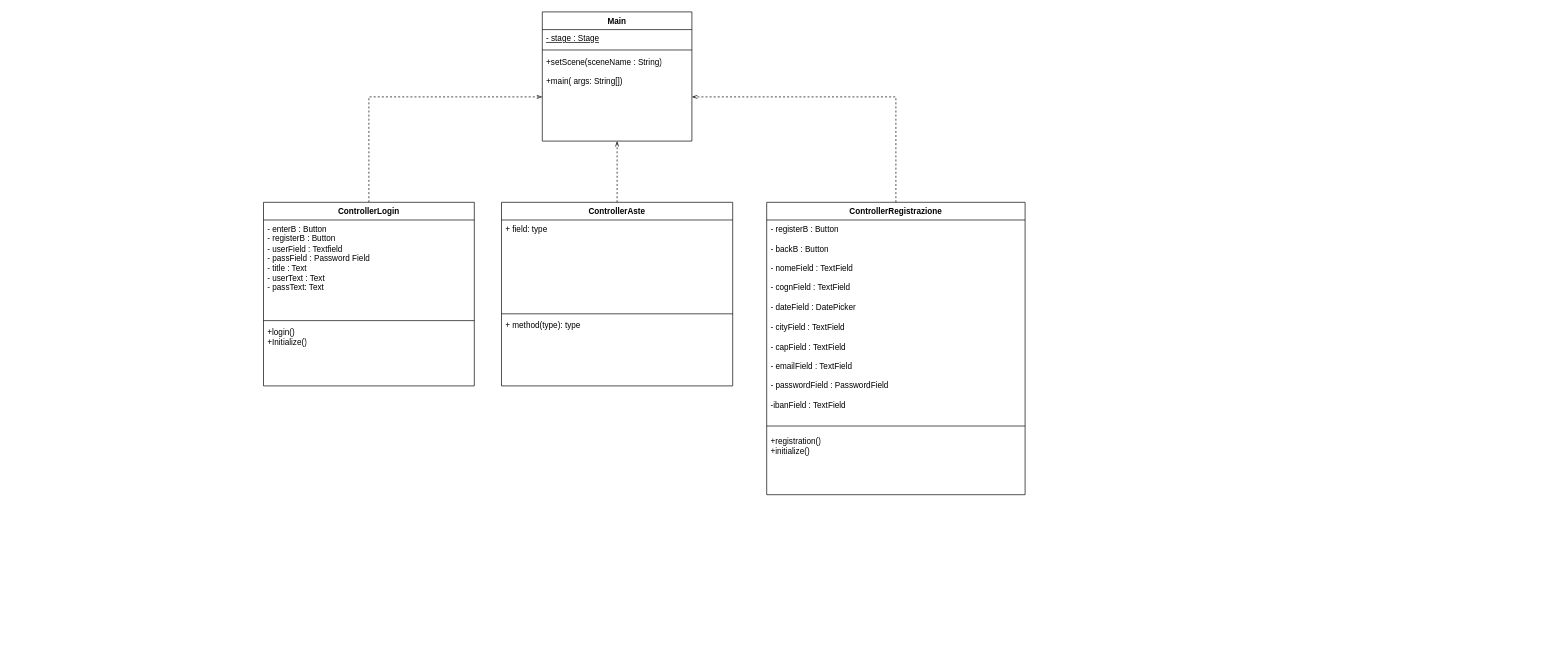
The draw.io diagram documenti/DC- Client.drawio in Chaos-Rat/GAO, before the edit. Source tidied: cells renumbered, new cells numbered last; positions are measured from the earlier drawing's top-left corner, leaving out a move shared by most shapes. Both pictures are drawn from the tidied source at 68%, with x=0, y=0 at pixel (263, 12).
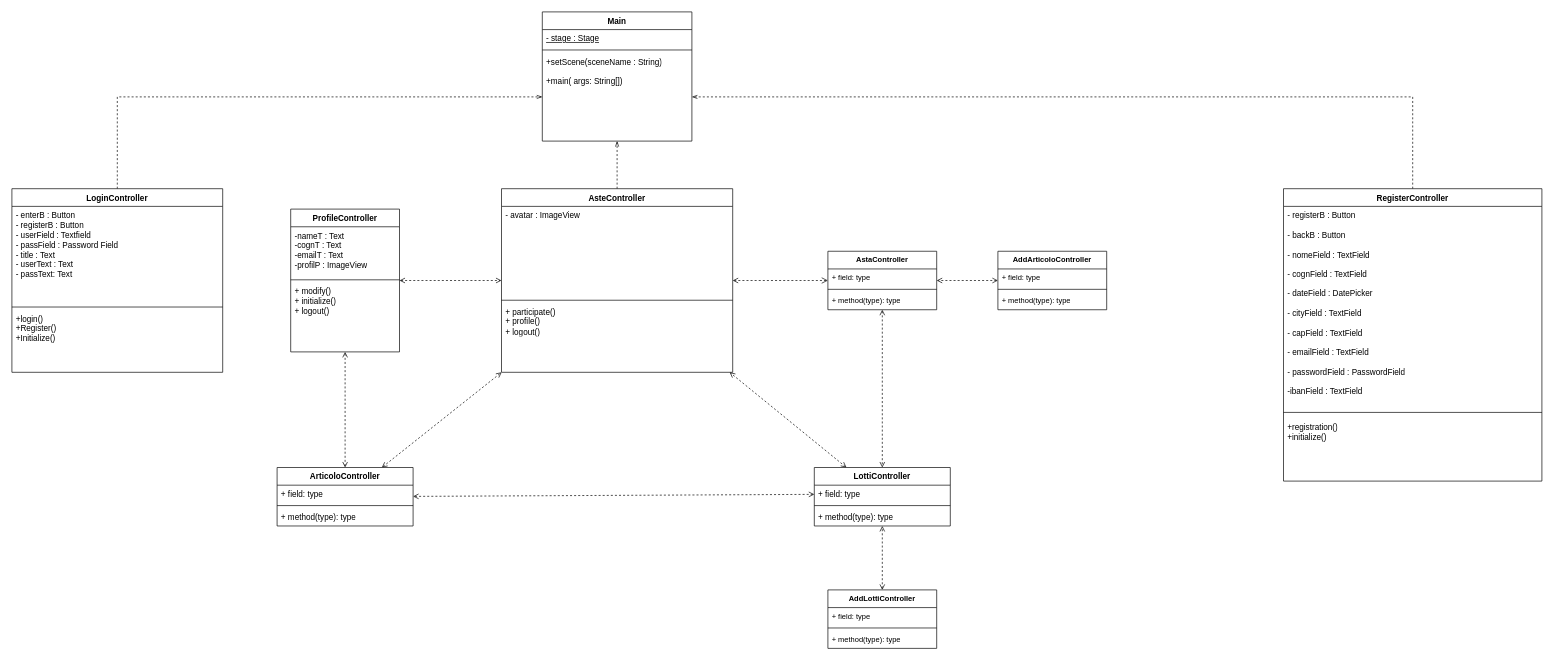
Above is the later version.

Change to the diagram source:
```diff
@@
-    <mxCell id="7" value="ControllerAste" style="swimlane;fontStyle=1;align=center;verticalAlign=top;horizontal=1;startSize=26;whiteSpace=wrap;html=1;" parent="1" vertex="1">
-      <mxGeometry x="350" y="280" width="340" height="270" as="geometry" />
+    <mxCell id="7" value="AsteController" style="swimlane;fontStyle=1;align=center;verticalAlign=top;horizontal=1;startSize=26;whiteSpace=wrap;html=1;" parent="1" vertex="1">
+      <mxGeometry x="350" y="260" width="340" height="270" as="geometry" />
     </mxCell>
-    <mxCell id="8" value="+ field: type" style="text;strokeColor=none;fillColor=none;align=left;verticalAlign=top;spacingLeft=4;spacingRight=4;overflow=hidden;whiteSpace=wrap;html=1;" parent="7" vertex="1">
+    <mxCell id="8" value="- avatar : ImageView&lt;div&gt;&lt;br&gt;&lt;/div&gt;" style="text;strokeColor=none;fillColor=none;align=left;verticalAlign=top;spacingLeft=4;spacingRight=4;overflow=hidden;whiteSpace=wrap;html=1;" parent="7" vertex="1">
       <mxGeometry y="26" width="340" height="134" as="geometry" />
     </mxCell>
@@
-    <mxCell id="10" value="+ method(type): type" style="text;strokeColor=none;fillColor=none;align=left;verticalAlign=top;spacingLeft=4;spacingRight=4;overflow=hidden;whiteSpace=wrap;html=1;" parent="7" vertex="1">
+    <mxCell id="10" value="+ participate()&lt;div&gt;+ profile()&lt;/div&gt;&lt;div&gt;+ logout()&lt;/div&gt;" style="text;strokeColor=none;fillColor=none;align=left;verticalAlign=top;spacingLeft=4;spacingRight=4;overflow=hidden;whiteSpace=wrap;html=1;" parent="7" vertex="1">
       <mxGeometry y="168" width="340" height="102" as="geometry" />
     </mxCell>
@@
-    <mxCell id="12" value="ControllerLogin" style="swimlane;fontStyle=1;align=center;verticalAlign=top;horizontal=1;startSize=26;whiteSpace=wrap;html=1;" parent="1" vertex="1">
-      <mxGeometry y="280" width="310" height="270" as="geometry" />
+    <mxCell id="12" value="LoginController" style="swimlane;fontStyle=1;align=center;verticalAlign=top;horizontal=1;startSize=26;whiteSpace=wrap;html=1;" parent="1" vertex="1">
+      <mxGeometry x="-370" y="260" width="310" height="270" as="geometry" />
     </mxCell>
@@
-    <mxCell id="15" value="+login()&lt;br&gt;+Initialize()" style="text;strokeColor=none;fillColor=none;align=left;verticalAlign=top;spacingLeft=4;spacingRight=4;overflow=hidden;whiteSpace=wrap;html=1;" parent="12" vertex="1">
+    <mxCell id="15" value="+login()&lt;div&gt;+Register()&lt;br&gt;+Initialize()&lt;/div&gt;" style="text;strokeColor=none;fillColor=none;align=left;verticalAlign=top;spacingLeft=4;spacingRight=4;overflow=hidden;whiteSpace=wrap;html=1;" parent="12" vertex="1">
       <mxGeometry y="178" width="310" height="92" as="geometry" />
     </mxCell>
@@
-    <mxCell id="17" value="ControllerRegistrazione" style="swimlane;fontStyle=1;align=center;verticalAlign=top;horizontal=1;startSize=26;whiteSpace=wrap;html=1;" parent="1" vertex="1">
-      <mxGeometry x="740" y="280" width="380" height="430" as="geometry" />
+    <mxCell id="17" value="RegisterController" style="swimlane;fontStyle=1;align=center;verticalAlign=top;horizontal=1;startSize=26;whiteSpace=wrap;html=1;" parent="1" vertex="1">
+      <mxGeometry x="1500" y="260" width="380" height="430" as="geometry" />
     </mxCell>
@@
+    <mxCell id="21" style="edgeStyle=none;rounded=0;jettySize=auto;html=1;dashed=1;strokeColor=default;align=center;verticalAlign=middle;fontFamily=Helvetica;fontSize=11;fontColor=default;labelBackgroundColor=default;endArrow=open;startArrow=open;startFill=0;endFill=0;" parent="1" edge="1" source="22" target="7">
+      <mxGeometry relative="1" as="geometry" />
+    </mxCell>
+    <mxCell id="22" value="ProfileController" style="swimlane;fontStyle=1;align=center;verticalAlign=top;horizontal=1;startSize=26;whiteSpace=wrap;html=1;" parent="1" vertex="1">
+      <mxGeometry x="40" y="290" width="160" height="210" as="geometry" />
+    </mxCell>
+    <mxCell id="23" value="-nameT : Text&lt;div&gt;-cognT : Text&lt;/div&gt;&lt;div&gt;-emailT : Text&lt;/div&gt;&lt;div&gt;-profilP : ImageView&lt;/div&gt;" style="text;strokeColor=none;fillColor=none;align=left;verticalAlign=top;spacingLeft=4;spacingRight=4;overflow=hidden;whiteSpace=wrap;html=1;" parent="22" vertex="1">
+      <mxGeometry y="26" width="160" height="74" as="geometry" />
+    </mxCell>
+    <mxCell id="24" style="line;strokeWidth=1;fillColor=none;align=left;verticalAlign=middle;spacingTop=-1;spacingLeft=3;spacingRight=3;labelPosition=right;strokeColor=inherit;" parent="22" vertex="1">
+      <mxGeometry y="100" width="160" height="8" as="geometry" />
+    </mxCell>
+    <mxCell id="25" value="&lt;div&gt;+ modify()&lt;/div&gt;+ initialize()&lt;div&gt;+ logout()&lt;/div&gt;" style="text;strokeColor=none;fillColor=none;align=left;verticalAlign=top;spacingLeft=4;spacingRight=4;overflow=hidden;whiteSpace=wrap;html=1;" parent="22" vertex="1">
+      <mxGeometry y="108" width="160" height="102" as="geometry" />
+    </mxCell>
+    <mxCell id="26" style="edgeStyle=none;rounded=0;jettySize=auto;html=1;dashed=1;strokeColor=default;align=center;verticalAlign=middle;fontFamily=Helvetica;fontSize=11;fontColor=default;labelBackgroundColor=default;endArrow=open;endFill=0;startArrow=open;startFill=0;" parent="1" edge="1" source="27" target="7">
+      <mxGeometry relative="1" as="geometry" />
+    </mxCell>
+    <mxCell id="27" value="LottiController" style="swimlane;fontStyle=1;align=center;verticalAlign=top;horizontal=1;startSize=26;whiteSpace=wrap;html=1;" parent="1" vertex="1">
+      <mxGeometry x="810" y="670" width="200" height="86" as="geometry" />
+    </mxCell>
+    <mxCell id="28" value="+ field: type" style="text;strokeColor=none;fillColor=none;align=left;verticalAlign=top;spacingLeft=4;spacingRight=4;overflow=hidden;points=[[0,0.5],[1,0.5]];portConstraint=eastwest;whiteSpace=wrap;html=1;" parent="27" vertex="1">
+      <mxGeometry y="26" width="200" height="26" as="geometry" />
+    </mxCell>
+    <mxCell id="29" style="line;strokeWidth=1;fillColor=none;align=left;verticalAlign=middle;spacingTop=-1;spacingLeft=3;spacingRight=3;labelPosition=right;strokeColor=inherit;" parent="27" vertex="1">
+      <mxGeometry y="52" width="200" height="8" as="geometry" />
+    </mxCell>
+    <mxCell id="30" value="+ method(type): type" style="text;strokeColor=none;fillColor=none;align=left;verticalAlign=top;spacingLeft=4;spacingRight=4;overflow=hidden;whiteSpace=wrap;html=1;" parent="27" vertex="1">
+      <mxGeometry y="60" width="200" height="26" as="geometry" />
+    </mxCell>
+    <mxCell id="31" style="edgeStyle=none;rounded=0;jettySize=auto;html=1;dashed=1;strokeColor=default;align=center;verticalAlign=middle;fontFamily=Helvetica;fontSize=11;fontColor=default;labelBackgroundColor=default;endArrow=open;endFill=0;startArrow=open;startFill=0;" parent="1" edge="1" source="32" target="7">
+      <mxGeometry relative="1" as="geometry" />
+    </mxCell>
+    <mxCell id="32" value="ArticoloController" style="swimlane;fontStyle=1;align=center;verticalAlign=top;horizontal=1;startSize=26;whiteSpace=wrap;html=1;" parent="1" vertex="1">
+      <mxGeometry x="20" y="670" width="200" height="86" as="geometry" />
+    </mxCell>
+    <mxCell id="33" value="+ field: type" style="text;strokeColor=none;fillColor=none;align=left;verticalAlign=top;spacingLeft=4;spacingRight=4;overflow=hidden;whiteSpace=wrap;html=1;" parent="32" vertex="1">
+      <mxGeometry y="26" width="200" height="26" as="geometry" />
+    </mxCell>
+    <mxCell id="34" style="line;strokeWidth=1;fillColor=none;align=left;verticalAlign=middle;spacingTop=-1;spacingLeft=3;spacingRight=3;labelPosition=right;strokeColor=inherit;" parent="32" vertex="1">
+      <mxGeometry y="52" width="200" height="8" as="geometry" />
+    </mxCell>
+    <mxCell id="35" value="+ method(type): type" style="text;strokeColor=none;fillColor=none;align=left;verticalAlign=top;spacingLeft=4;spacingRight=4;overflow=hidden;whiteSpace=wrap;html=1;" parent="32" vertex="1">
+      <mxGeometry y="60" width="200" height="26" as="geometry" />
+    </mxCell>
+    <mxCell id="36" style="edgeStyle=none;rounded=0;jettySize=auto;html=1;dashed=1;strokeColor=default;align=center;verticalAlign=middle;fontFamily=Helvetica;fontSize=11;fontColor=default;labelBackgroundColor=default;endArrow=open;endFill=0;startArrow=open;startFill=0;" parent="1" edge="1" source="28" target="32">
+      <mxGeometry relative="1" as="geometry" />
+    </mxCell>
+    <mxCell id="37" style="edgeStyle=none;rounded=0;jettySize=auto;html=1;dashed=1;strokeColor=default;align=center;verticalAlign=middle;fontFamily=Helvetica;fontSize=11;fontColor=default;labelBackgroundColor=default;endArrow=open;endFill=0;startArrow=open;startFill=0;" parent="1" edge="1" source="32" target="22">
+      <mxGeometry relative="1" as="geometry" />
+    </mxCell>
+    <mxCell id="38" style="edgeStyle=none;rounded=0;jettySize=auto;html=1;dashed=1;strokeColor=default;align=center;verticalAlign=middle;fontFamily=Helvetica;fontSize=11;fontColor=default;labelBackgroundColor=default;endArrow=open;startArrow=open;startFill=0;endFill=0;" parent="1" edge="1" source="39" target="27">
+      <mxGeometry relative="1" as="geometry" />
+    </mxCell>
+    <mxCell id="39" value="AstaController" style="swimlane;fontStyle=1;align=center;verticalAlign=top;horizontal=1;startSize=26;whiteSpace=wrap;html=1;fontFamily=Helvetica;fontSize=11;fontColor=default;labelBackgroundColor=default;" parent="1" vertex="1">
+      <mxGeometry x="830" y="352" width="160" height="86" as="geometry" />
+    </mxCell>
+    <mxCell id="40" value="+ field: type" style="text;strokeColor=none;fillColor=none;align=left;verticalAlign=top;spacingLeft=4;spacingRight=4;overflow=hidden;whiteSpace=wrap;html=1;fontFamily=Helvetica;fontSize=11;fontColor=default;labelBackgroundColor=default;" parent="39" vertex="1">
+      <mxGeometry y="26" width="160" height="26" as="geometry" />
+    </mxCell>
+    <mxCell id="41" style="line;strokeWidth=1;fillColor=none;align=left;verticalAlign=middle;spacingTop=-1;spacingLeft=3;spacingRight=3;labelPosition=right;strokeColor=inherit;fontFamily=Helvetica;fontSize=11;fontColor=default;labelBackgroundColor=default;" parent="39" vertex="1">
+      <mxGeometry y="52" width="160" height="8" as="geometry" />
+    </mxCell>
+    <mxCell id="42" value="+ method(type): type" style="text;strokeColor=none;fillColor=none;align=left;verticalAlign=top;spacingLeft=4;spacingRight=4;overflow=hidden;whiteSpace=wrap;html=1;fontFamily=Helvetica;fontSize=11;fontColor=default;labelBackgroundColor=default;" parent="39" vertex="1">
+      <mxGeometry y="60" width="160" height="26" as="geometry" />
+    </mxCell>
+    <mxCell id="43" style="edgeStyle=none;rounded=0;jettySize=auto;html=1;dashed=1;strokeColor=default;align=center;verticalAlign=middle;fontFamily=Helvetica;fontSize=11;fontColor=default;labelBackgroundColor=default;endArrow=open;startArrow=open;startFill=0;endSize=7;endFill=0;" parent="1" edge="1" source="7" target="39">
+      <mxGeometry relative="1" as="geometry" />
+    </mxCell>
+    <mxCell id="44" style="edgeStyle=none;rounded=0;jettySize=auto;html=1;dashed=1;strokeColor=default;align=center;verticalAlign=middle;fontFamily=Helvetica;fontSize=11;fontColor=default;labelBackgroundColor=default;startArrow=open;startFill=0;endArrow=open;endFill=0;" parent="1" edge="1" source="45" target="27">
+      <mxGeometry relative="1" as="geometry" />
+    </mxCell>
+    <mxCell id="45" value="AddLottiController" style="swimlane;fontStyle=1;align=center;verticalAlign=top;horizontal=1;startSize=26;whiteSpace=wrap;html=1;fontFamily=Helvetica;fontSize=11;fontColor=default;labelBackgroundColor=default;" parent="1" vertex="1">
+      <mxGeometry x="830" y="850" width="160" height="86" as="geometry" />
+    </mxCell>
+    <mxCell id="46" value="+ field: type" style="text;strokeColor=none;fillColor=none;align=left;verticalAlign=top;spacingLeft=4;spacingRight=4;overflow=hidden;whiteSpace=wrap;html=1;fontFamily=Helvetica;fontSize=11;fontColor=default;labelBackgroundColor=default;" parent="45" vertex="1">
+      <mxGeometry y="26" width="160" height="26" as="geometry" />
+    </mxCell>
+    <mxCell id="47" style="line;strokeWidth=1;fillColor=none;align=left;verticalAlign=middle;spacingTop=-1;spacingLeft=3;spacingRight=3;labelPosition=right;strokeColor=inherit;fontFamily=Helvetica;fontSize=11;fontColor=default;labelBackgroundColor=default;" parent="45" vertex="1">
+      <mxGeometry y="52" width="160" height="8" as="geometry" />
+    </mxCell>
+    <mxCell id="48" value="+ method(type): type" style="text;strokeColor=none;fillColor=none;align=left;verticalAlign=top;spacingLeft=4;spacingRight=4;overflow=hidden;whiteSpace=wrap;html=1;fontFamily=Helvetica;fontSize=11;fontColor=default;labelBackgroundColor=default;" parent="45" vertex="1">
+      <mxGeometry y="60" width="160" height="26" as="geometry" />
+    </mxCell>
+    <mxCell id="49" style="edgeStyle=none;rounded=0;jettySize=auto;html=1;dashed=1;strokeColor=default;align=center;verticalAlign=middle;fontFamily=Helvetica;fontSize=11;fontColor=default;labelBackgroundColor=default;startArrow=open;startFill=0;endArrow=open;endFill=0;" parent="1" edge="1" source="50" target="39">
+      <mxGeometry relative="1" as="geometry" />
+    </mxCell>
+    <mxCell id="50" value="AddArticoloController" style="swimlane;fontStyle=1;align=center;verticalAlign=top;horizontal=1;startSize=26;whiteSpace=wrap;html=1;fontFamily=Helvetica;fontSize=11;fontColor=default;labelBackgroundColor=default;" parent="1" vertex="1">
+      <mxGeometry x="1080" y="352" width="160" height="86" as="geometry" />
+    </mxCell>
+    <mxCell id="51" value="+ field: type" style="text;strokeColor=none;fillColor=none;align=left;verticalAlign=top;spacingLeft=4;spacingRight=4;overflow=hidden;whiteSpace=wrap;html=1;fontFamily=Helvetica;fontSize=11;fontColor=default;labelBackgroundColor=default;" parent="50" vertex="1">
+      <mxGeometry y="26" width="160" height="26" as="geometry" />
+    </mxCell>
+    <mxCell id="52" style="line;strokeWidth=1;fillColor=none;align=left;verticalAlign=middle;spacingTop=-1;spacingLeft=3;spacingRight=3;labelPosition=right;strokeColor=inherit;fontFamily=Helvetica;fontSize=11;fontColor=default;labelBackgroundColor=default;" parent="50" vertex="1">
+      <mxGeometry y="52" width="160" height="8" as="geometry" />
+    </mxCell>
+    <mxCell id="53" value="+ method(type): type" style="text;strokeColor=none;fillColor=none;align=left;verticalAlign=top;spacingLeft=4;spacingRight=4;overflow=hidden;whiteSpace=wrap;html=1;fontFamily=Helvetica;fontSize=11;fontColor=default;labelBackgroundColor=default;" parent="50" vertex="1">
+      <mxGeometry y="60" width="160" height="26" as="geometry" />
+    </mxCell>
```
